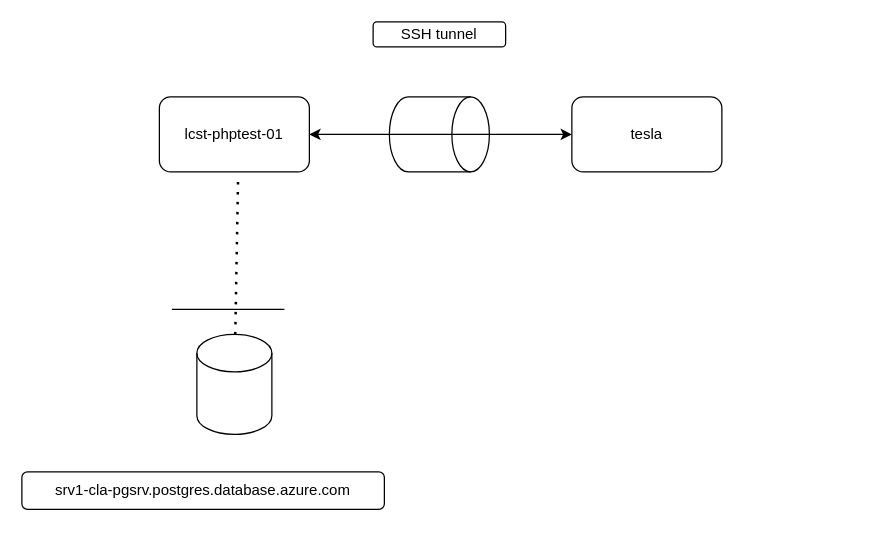
This is Untitled Diagram.drawio from enmacc/Registro, a draw.io file, before an edit. Source tidied: cells renumbered, new cells numbered last; positions are measured from the earlier drawing's top-left corner, leaving out a move shared by most shapes. Both pictures are drawn from the tidied source at 125%, with x=0, y=0 at pixel (21, 21).
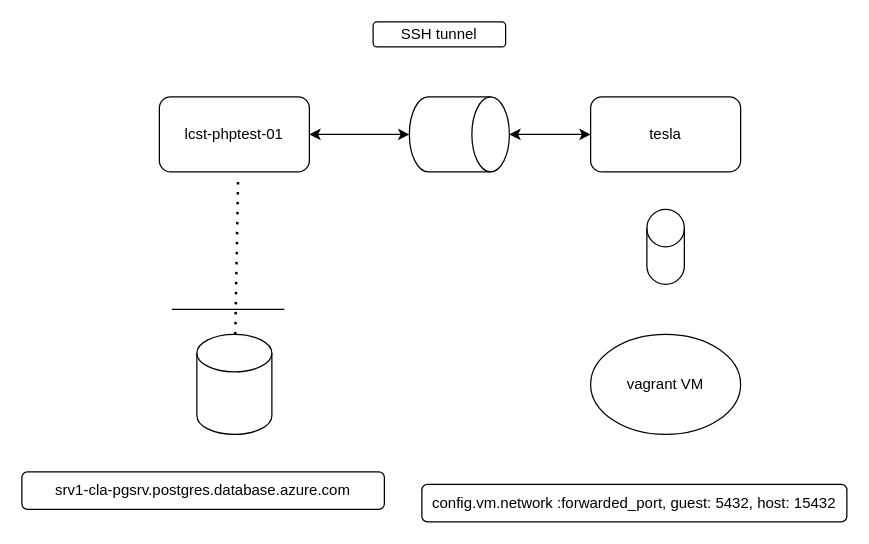
After the change.

Change to the diagram source:
```diff
@@
 <mxGraphModel>
   <root>
     <mxCell id="0" />
     <mxCell id="1" parent="0" />
     <mxCell id="2" value="lcst-phptest-01" style="rounded=1;whiteSpace=wrap;html=1;" parent="1" vertex="1">
       <mxGeometry x="110" y="60" width="120" height="60" as="geometry" />
     </mxCell>
     <mxCell id="3" style="shape=cylinder3;whiteSpace=wrap;html=1;boundedLbl=1;backgroundOutline=1;size=15;" parent="1" vertex="1">
       <mxGeometry x="140" y="250" width="60" height="80" as="geometry" />
     </mxCell>
     <mxCell id="4" value="srv1-cla-pgsrv.postgres.database.azure.com" style="rounded=1;whiteSpace=wrap;html=1;" parent="1" vertex="1">
       <mxGeometry y="360" width="290" height="30" as="geometry" />
     </mxCell>
     <mxCell id="5" style="endArrow=none;dashed=1;html=1;dashPattern=1 3;strokeWidth=2;" parent="1" edge="1" source="3">
       <mxGeometry relative="1" as="geometry">
         <mxPoint x="173" y="123" as="targetPoint" />
       </mxGeometry>
     </mxCell>
     <mxCell id="6" style="endArrow=none;html=1;" parent="1" edge="1">
       <mxGeometry relative="1" as="geometry">
         <mxPoint x="120" y="230" as="sourcePoint" />
         <mxPoint x="210" y="230" as="targetPoint" />
       </mxGeometry>
     </mxCell>
     <mxCell id="7" value="tesla" style="rounded=1;whiteSpace=wrap;html=1;" parent="1" vertex="1">
-      <mxGeometry x="440" y="60" width="120" height="60" as="geometry" />
+      <mxGeometry x="455" y="60" width="120" height="60" as="geometry" />
     </mxCell>
+    <mxCell id="10" value="SSH tunnel" style="rounded=1;whiteSpace=wrap;html=1;" parent="1" vertex="1">
+      <mxGeometry x="281" width="106" height="20" as="geometry" />
+    </mxCell>
+    <mxCell id="11" value="vagrant VM" style="ellipse;whiteSpace=wrap;html=1;" parent="1" vertex="1">
+      <mxGeometry x="455" y="250" width="120" height="80" as="geometry" />
+    </mxCell>
+    <mxCell id="12" value="config.vm.network :forwarded_port, guest: 5432, host: 15432" style="rounded=1;whiteSpace=wrap;html=1;" parent="1" vertex="1">
+      <mxGeometry x="320" y="370" width="340" height="30" as="geometry" />
+    </mxCell>
+    <mxCell id="13" style="shape=cylinder3;whiteSpace=wrap;html=1;boundedLbl=1;backgroundOutline=1;size=15;" parent="1" vertex="1">
+      <mxGeometry x="500" y="150" width="30" height="60" as="geometry" />
+    </mxCell>
+    <mxCell id="14" style="endArrow=classic;startArrow=classic;html=1;entryX=0;entryY=0.5;entryDx=0;entryDy=0;" parent="1" edge="1" source="8" target="7">
+      <mxGeometry relative="1" as="geometry" />
+    </mxCell>
     <mxCell id="8" style="shape=cylinder3;whiteSpace=wrap;html=1;boundedLbl=1;backgroundOutline=1;size=15;rotation=90;" parent="1" vertex="1">
-      <mxGeometry x="304" y="50" width="60" height="80" as="geometry" />
+      <mxGeometry x="320" y="50" width="60" height="80" as="geometry" />
     </mxCell>
-    <mxCell id="9" style="endArrow=classic;startArrow=classic;html=1;exitX=1;exitY=0.5;exitDx=0;exitDy=0;entryX=0;entryY=0.5;entryDx=0;entryDy=0;" parent="1" edge="1" source="2" target="7">
-      <mxGeometry relative="1" as="geometry" />
-    </mxCell>
-    <mxCell id="10" value="SSH tunnel" style="rounded=1;whiteSpace=wrap;html=1;" parent="1" vertex="1">
-      <mxGeometry x="281" width="106" height="20" as="geometry" />
-    </mxCell>
+    <mxCell id="15" style="endArrow=classic;startArrow=classic;html=1;exitX=1;exitY=0.5;exitDx=0;exitDy=0;" parent="1" edge="1" source="2" target="8">
+      <mxGeometry relative="1" as="geometry" />
+    </mxCell>
   </root>
 </mxGraphModel>
```
